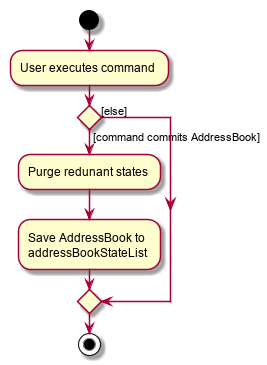
Above: docs/images/CommitActivityDiagram.png in nus-cs2103-AY1920S1/addressbook-level3 (PlantUML), before the change.
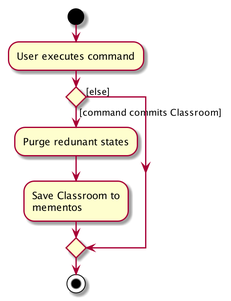
After the change.

What changed in the source:
```diff
@@ -3,10 +3,10 @@
 :User executes command;
 
 
-if () then ([command commits AddressBook])
+if () then ([command commits Classroom])
     :Purge redunant states;
-    :Save AddressBook to
-    addressBookStateList;
+    :Save Classroom to
+    mementos;
 else ([else])
 endif
 stop
```
